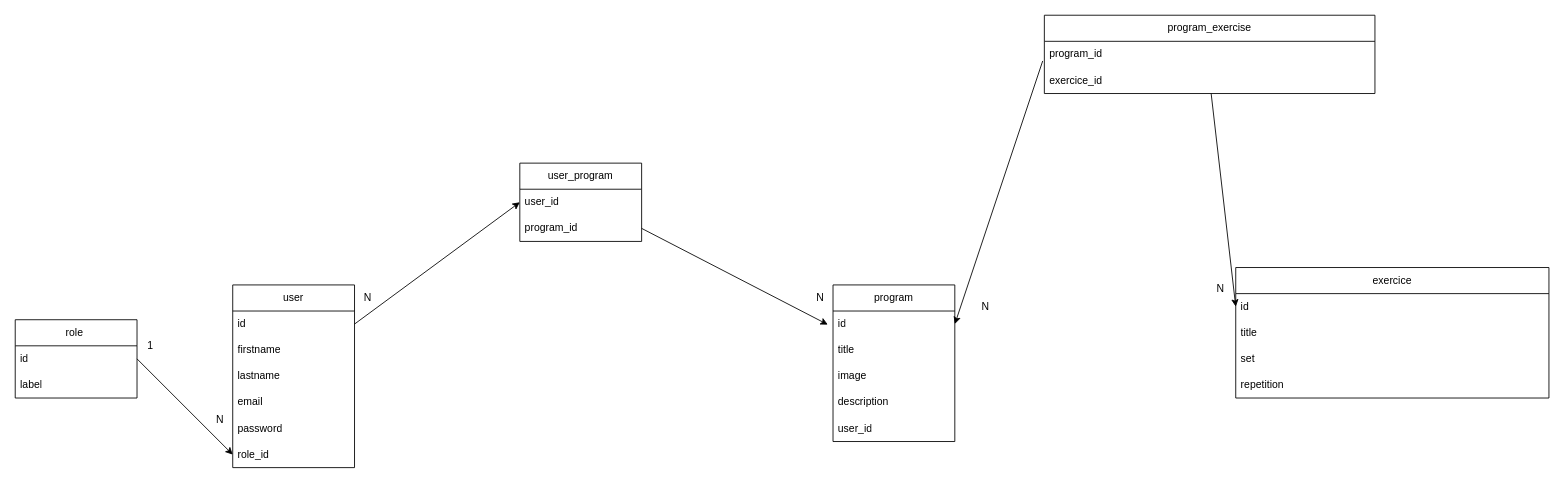
Above: client/public/modelisation/MLD.dio in mathildeglet-cmd/BYS (draw.io), before the change. Source tidied: cells renumbered, new cells numbered last; positions are measured from the earlier drawing's top-left corner, leaving out a move shared by most shapes. Both pictures are drawn from the tidied source at 87%, with x=0, y=0 at pixel (15, 15).
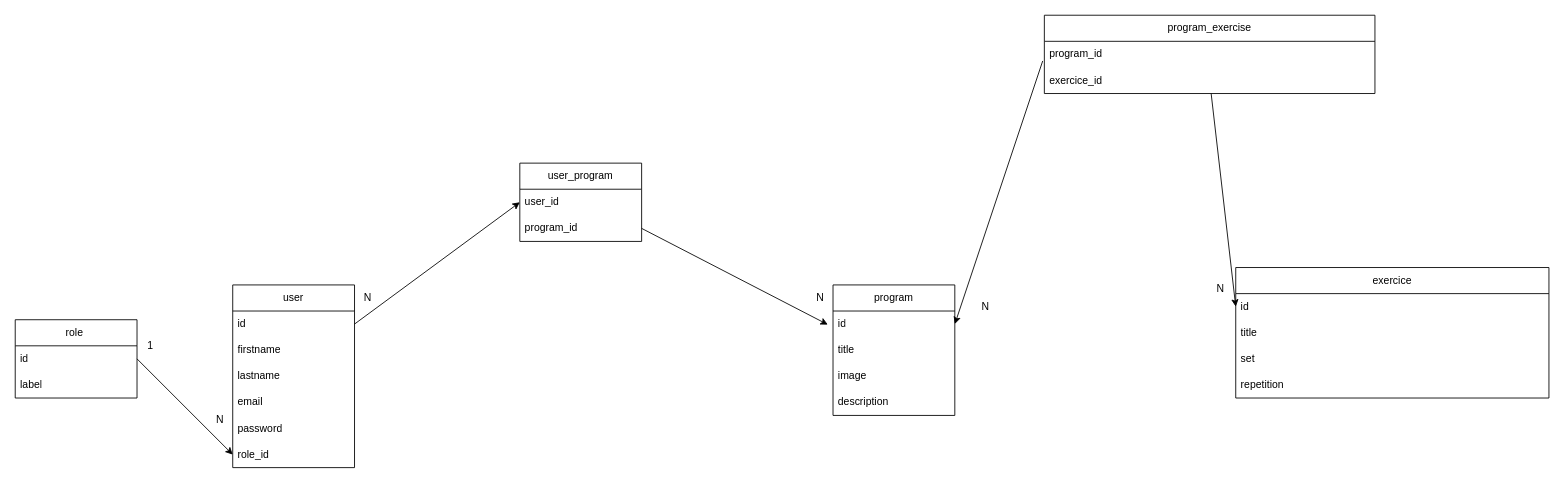
The same diagram, later.

Diff of the diagram source:
```diff
@@
     <mxCell id="16" value="program" style="swimlane;fontStyle=0;horizontal=1;startSize=30;whiteSpace=wrap;html=1;" parent="1" vertex="1">
-      <mxGeometry x="940" y="310" width="140" height="180" as="geometry" />
+      <mxGeometry x="940" y="310" width="140" height="150" as="geometry" />
     </mxCell>
@@
-    <mxCell id="21" value="user_id" style="text;strokeColor=none;fillColor=none;align=left;verticalAlign=middle;spacingLeft=4;spacingRight=4;overflow=hidden;whiteSpace=wrap;html=1;" parent="16" vertex="1">
-      <mxGeometry y="150" width="140" height="30" as="geometry" />
-    </mxCell>
```
